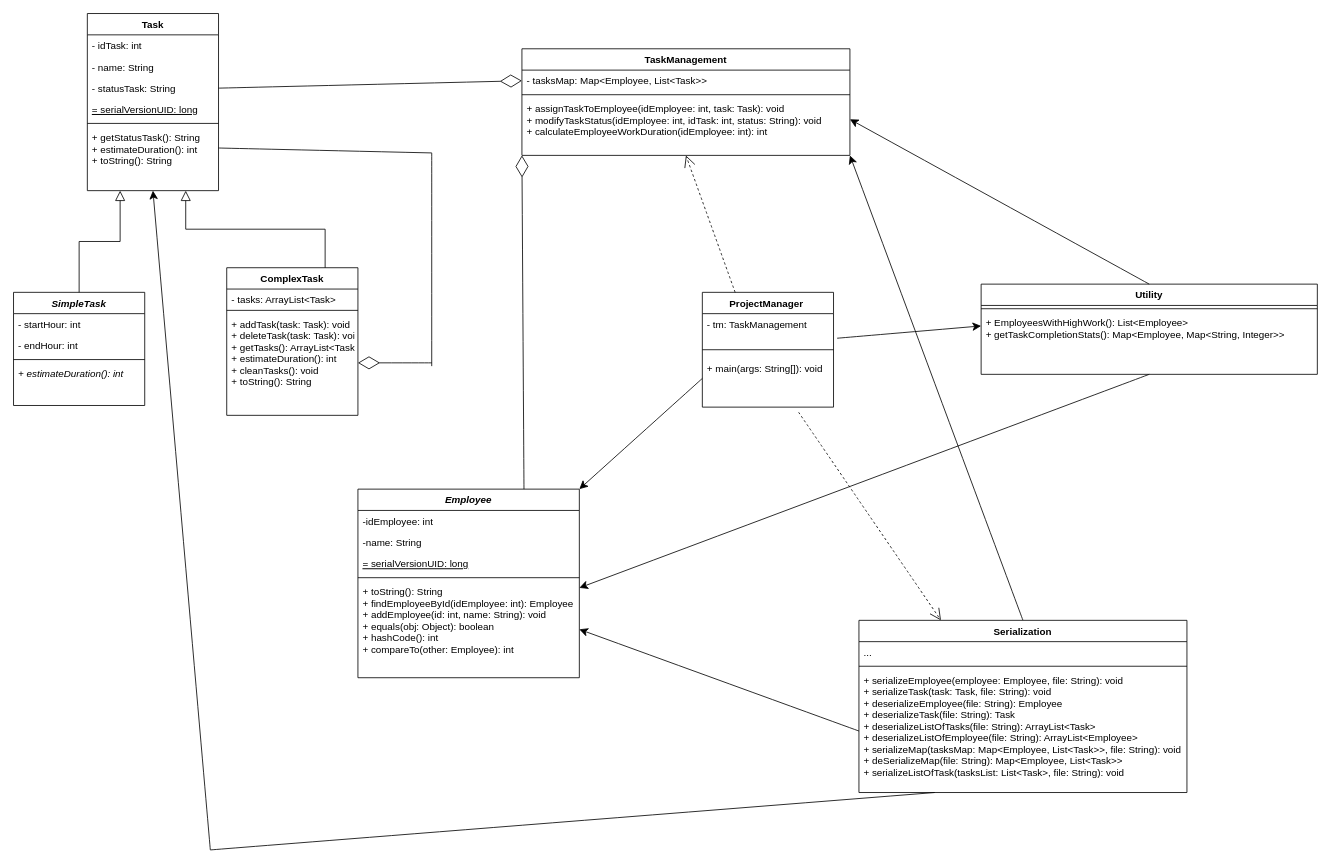
alexanca953/Task-Management-App-for-Employees keeps this draw.io diagram as DIAGRAME/clasele.drawio. Above is the earlier version. Source tidied: cells renumbered, new cells numbered last; positions are measured from the earlier drawing's top-left corner, leaving out a move shared by most shapes. Both pictures are drawn from the tidied source at 82%, with x=0, y=0 at pixel (13, 13).
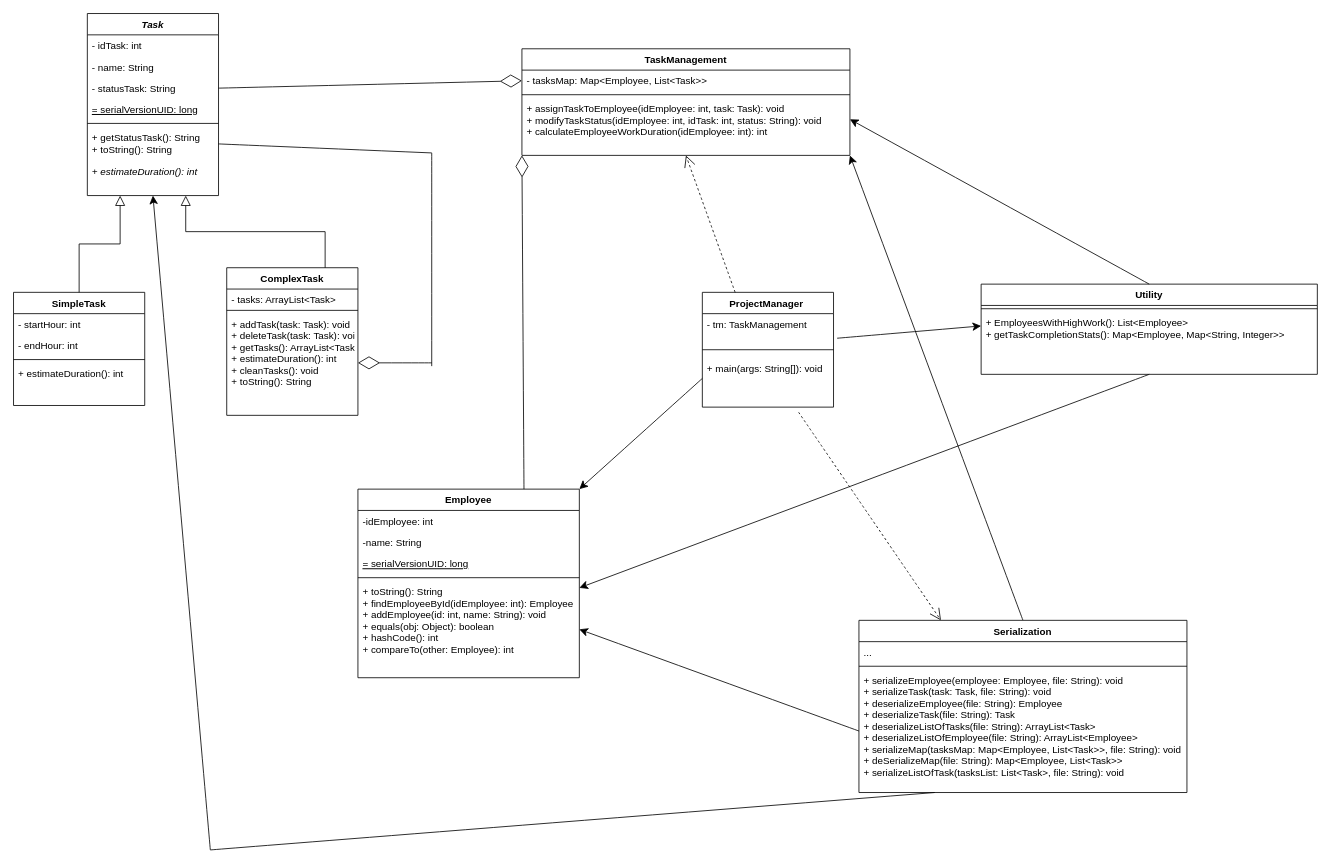
Above is the later version.

The edit, as a diff of the source:
```diff
@@
-    <mxCell id="2" value="Employee" style="swimlane;fontStyle=3;align=center;verticalAlign=top;horizontal=1;startSize=26;rounded=0;shadow=0;strokeWidth=1;" parent="1" vertex="1">
+    <mxCell id="2" value="Employee" style="swimlane;fontStyle=1;align=center;verticalAlign=top;horizontal=1;startSize=26;rounded=0;shadow=0;strokeWidth=1;" parent="1" vertex="1">
       <mxGeometry x="420" y="580" width="270" height="230" as="geometry" />
     </mxCell>
@@
-    <mxCell id="8" value="SimpleTask" style="swimlane;fontStyle=3;align=center;verticalAlign=top;horizontal=1;startSize=26;rounded=0;shadow=0;strokeWidth=1;" parent="1" vertex="1">
+    <mxCell id="8" value="SimpleTask" style="swimlane;fontStyle=1;align=center;verticalAlign=top;horizontal=1;startSize=26;rounded=0;shadow=0;strokeWidth=1;" parent="1" vertex="1">
       <mxGeometry y="340" width="160" height="138" as="geometry" />
     </mxCell>
@@
-    <mxCell id="12" value="+ estimateDuration(): int" style="text;align=left;verticalAlign=top;spacingLeft=4;spacingRight=4;overflow=hidden;fontStyle=2;" parent="8" vertex="1">
+    <mxCell id="12" value="+ estimateDuration(): int" style="text;align=left;verticalAlign=top;spacingLeft=4;spacingRight=4;overflow=hidden;fontStyle=0;" parent="8" vertex="1">
       <mxGeometry y="86" width="160" height="34" as="geometry" />
     </mxCell>
@@
-    <mxCell id="14" value="Task" style="swimlane;fontStyle=1;align=center;verticalAlign=top;horizontal=1;startSize=26;rounded=0;shadow=0;strokeWidth=1;" parent="1" vertex="1">
-      <mxGeometry x="90" width="160" height="216" as="geometry" />
+    <mxCell id="14" value="Task" style="swimlane;fontStyle=3;align=center;verticalAlign=top;horizontal=1;startSize=26;rounded=0;shadow=0;strokeWidth=1;" parent="1" vertex="1">
+      <mxGeometry x="90" width="160" height="222" as="geometry" />
     </mxCell>
@@
-    <mxCell id="20" value="+ getStatusTask(): String&#10;+ estimateDuration(): int&#10;+ toString(): String" style="text;align=left;verticalAlign=top;spacingLeft=4;spacingRight=4;overflow=hidden;points=[[0,0.5],[1,0.5]];portConstraint=eastwest;" parent="14" vertex="1">
-      <mxGeometry y="138" width="160" height="52" as="geometry" />
+    <mxCell id="20" value="+ getStatusTask(): String&#10;+ toString(): String" style="text;align=left;verticalAlign=top;spacingLeft=4;spacingRight=4;overflow=hidden;points=[[0,0.5],[1,0.5]];portConstraint=eastwest;fontStyle=0;" parent="14" vertex="1">
+      <mxGeometry y="138" width="160" height="42" as="geometry" />
     </mxCell>
+    <mxCell id="56" value="+ estimateDuration(): int" style="text;align=left;verticalAlign=top;spacingLeft=4;spacingRight=4;overflow=hidden;fontStyle=2;" parent="14" vertex="1">
+      <mxGeometry y="180" width="160" height="30" as="geometry" />
+    </mxCell>
```
